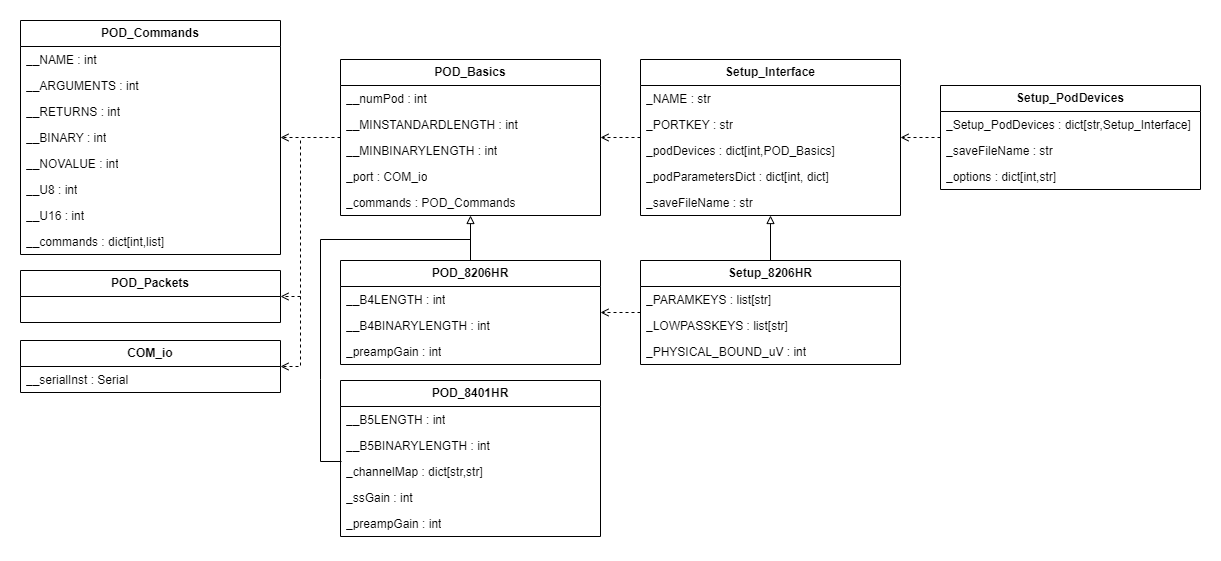
Before: Documents/UML-class-diagram.png, a diagram exported from draw.io (Pinnacle-Technology-Inc/Morelia). Source tidied: cells renumbered, new cells last; positions are measured from the earlier drawing's top-left corner, leaving out a move shared by most shapes.
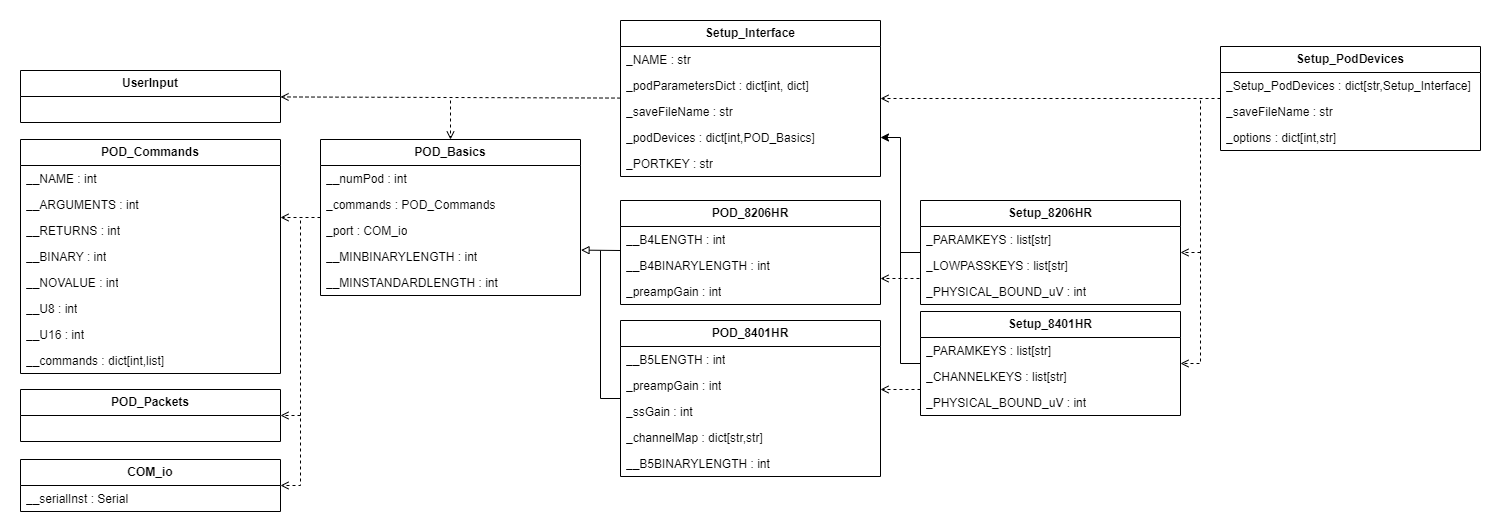
After the change.

The edit, as a diff of the source:
```diff
@@ -3,28 +3,28 @@
     <mxCell id="0" />
     <mxCell id="1" parent="0" />
     <mxCell id="2" style="rounded=0;whiteSpace=wrap;html=1;strokeColor=#FFFFFF;" parent="1" vertex="1">
-      <mxGeometry width="1220" height="560" as="geometry" />
+      <mxGeometry y="130" width="1500" height="530" as="geometry" />
     </mxCell>
     <mxCell id="3" value="POD_Basics" style="swimlane;fontStyle=1;horizontal=1;startSize=26;fillColor=none;whiteSpace=wrap;html=1;" parent="1" vertex="1">
-      <mxGeometry x="340" y="59" width="260" height="156" as="geometry" />
+      <mxGeometry x="320" y="269" width="260" height="156" as="geometry" />
     </mxCell>
     <mxCell id="4" value="__numPod : int" style="text;strokeColor=none;fillColor=none;align=left;verticalAlign=top;spacingLeft=4;spacingRight=4;overflow=hidden;whiteSpace=wrap;html=1;" parent="3" vertex="1">
       <mxGeometry y="26" width="260" height="26" as="geometry" />
     </mxCell>
+    <mxCell id="8" value="_commands : POD_Commands" style="text;strokeColor=none;fillColor=none;align=left;verticalAlign=top;spacingLeft=4;spacingRight=4;overflow=hidden;whiteSpace=wrap;html=1;" parent="3" vertex="1">
+      <mxGeometry y="52" width="260" height="26" as="geometry" />
+    </mxCell>
+    <mxCell id="7" value="_port : COM_io" style="text;strokeColor=none;fillColor=none;align=left;verticalAlign=top;spacingLeft=4;spacingRight=4;overflow=hidden;whiteSpace=wrap;html=1;" parent="3" vertex="1">
+      <mxGeometry y="78" width="260" height="26" as="geometry" />
+    </mxCell>
+    <mxCell id="6" value="__MINBINARYLENGTH : int" style="text;strokeColor=none;fillColor=none;align=left;verticalAlign=top;spacingLeft=4;spacingRight=4;overflow=hidden;whiteSpace=wrap;html=1;" parent="3" vertex="1">
+      <mxGeometry y="104" width="260" height="26" as="geometry" />
+    </mxCell>
     <mxCell id="5" value="__MINSTANDARDLENGTH : int" style="text;strokeColor=none;fillColor=none;align=left;verticalAlign=top;spacingLeft=4;spacingRight=4;overflow=hidden;whiteSpace=wrap;html=1;" parent="3" vertex="1">
-      <mxGeometry y="52" width="260" height="26" as="geometry" />
+      <mxGeometry y="130" width="260" height="26" as="geometry" />
     </mxCell>
-    <mxCell id="6" value="__MINBINARYLENGTH : int" style="text;strokeColor=none;fillColor=none;align=left;verticalAlign=top;spacingLeft=4;spacingRight=4;overflow=hidden;whiteSpace=wrap;html=1;" parent="3" vertex="1">
-      <mxGeometry y="78" width="260" height="26" as="geometry" />
-    </mxCell>
-    <mxCell id="7" value="_port : COM_io" style="text;strokeColor=none;fillColor=none;align=left;verticalAlign=top;spacingLeft=4;spacingRight=4;overflow=hidden;whiteSpace=wrap;html=1;" parent="3" vertex="1">
-      <mxGeometry y="104" width="260" height="26" as="geometry" />
-    </mxCell>
-    <mxCell id="8" value="_commands : POD_Commands" style="text;strokeColor=none;fillColor=none;align=left;verticalAlign=top;spacingLeft=4;spacingRight=4;overflow=hidden;whiteSpace=wrap;html=1;" parent="3" vertex="1">
-      <mxGeometry y="130" width="260" height="26" as="geometry" />
-    </mxCell>
     <mxCell id="9" value="&lt;b&gt;POD_Commands&lt;/b&gt;" style="swimlane;fontStyle=0;horizontal=1;startSize=26;fillColor=none;whiteSpace=wrap;html=1;" parent="1" vertex="1">
-      <mxGeometry x="20" y="20" width="260" height="234" as="geometry" />
+      <mxGeometry x="20" y="269" width="260" height="234" as="geometry" />
     </mxCell>
     <mxCell id="10" value="__NAME : int" style="text;strokeColor=none;fillColor=none;align=left;verticalAlign=top;spacingLeft=4;spacingRight=4;overflow=hidden;whiteSpace=wrap;html=1;" parent="9" vertex="1">
       <mxGeometry y="26" width="260" height="26" as="geometry" />
@@ -51,34 +51,34 @@
       <mxGeometry y="208" width="260" height="26" as="geometry" />
     </mxCell>
     <mxCell id="18" value="&lt;b&gt;POD_8401HR&lt;/b&gt;" style="swimlane;fontStyle=0;horizontal=1;startSize=26;fillColor=none;whiteSpace=wrap;html=1;" parent="1" vertex="1">
-      <mxGeometry x="340" y="380" width="260" height="156" as="geometry" />
+      <mxGeometry x="620" y="450" width="260" height="156" as="geometry" />
     </mxCell>
     <mxCell id="19" value="__B5LENGTH : int" style="text;strokeColor=none;fillColor=none;align=left;verticalAlign=top;spacingLeft=4;spacingRight=4;overflow=hidden;whiteSpace=wrap;html=1;shadow=1;" parent="18" vertex="1">
       <mxGeometry y="26" width="260" height="26" as="geometry" />
     </mxCell>
+    <mxCell id="23" value="_preampGain : int" style="text;strokeColor=none;fillColor=none;align=left;verticalAlign=top;spacingLeft=4;spacingRight=4;overflow=hidden;whiteSpace=wrap;html=1;" parent="18" vertex="1">
+      <mxGeometry y="52" width="260" height="26" as="geometry" />
+    </mxCell>
+    <mxCell id="22" value="_ssGain : int" style="text;strokeColor=none;fillColor=none;align=left;verticalAlign=top;spacingLeft=4;spacingRight=4;overflow=hidden;whiteSpace=wrap;html=1;" parent="18" vertex="1">
+      <mxGeometry y="78" width="260" height="26" as="geometry" />
+    </mxCell>
+    <mxCell id="21" value="_channelMap : dict[str,str]" style="text;strokeColor=none;fillColor=none;align=left;verticalAlign=top;spacingLeft=4;spacingRight=4;overflow=hidden;whiteSpace=wrap;html=1;" parent="18" vertex="1">
+      <mxGeometry y="104" width="260" height="26" as="geometry" />
+    </mxCell>
     <mxCell id="20" value="__B5BINARYLENGTH : int" style="text;strokeColor=none;fillColor=none;align=left;verticalAlign=top;spacingLeft=4;spacingRight=4;overflow=hidden;points=[[0,0.5],[1,0.5]];portConstraint=eastwest;whiteSpace=wrap;html=1;" parent="18" vertex="1">
-      <mxGeometry y="52" width="260" height="26" as="geometry" />
+      <mxGeometry y="130" width="260" height="26" as="geometry" />
     </mxCell>
-    <mxCell id="21" value="_channelMap : dict[str,str]" style="text;strokeColor=none;fillColor=none;align=left;verticalAlign=top;spacingLeft=4;spacingRight=4;overflow=hidden;whiteSpace=wrap;html=1;" parent="18" vertex="1">
-      <mxGeometry y="78" width="260" height="26" as="geometry" />
-    </mxCell>
-    <mxCell id="22" value="_ssGain : int" style="text;strokeColor=none;fillColor=none;align=left;verticalAlign=top;spacingLeft=4;spacingRight=4;overflow=hidden;whiteSpace=wrap;html=1;" parent="18" vertex="1">
-      <mxGeometry y="104" width="260" height="26" as="geometry" />
-    </mxCell>
-    <mxCell id="23" value="_preampGain : int" style="text;strokeColor=none;fillColor=none;align=left;verticalAlign=top;spacingLeft=4;spacingRight=4;overflow=hidden;whiteSpace=wrap;html=1;" parent="18" vertex="1">
-      <mxGeometry y="130" width="260" height="26" as="geometry" />
-    </mxCell>
     <mxCell id="24" value="&lt;b&gt;POD_Packets&lt;/b&gt;" style="swimlane;fontStyle=0;horizontal=1;startSize=26;fillColor=none;whiteSpace=wrap;html=1;" parent="1" vertex="1">
-      <mxGeometry x="20" y="270" width="260" height="52" as="geometry" />
+      <mxGeometry x="20" y="519" width="260" height="52" as="geometry" />
     </mxCell>
     <mxCell id="25" value="&lt;b&gt;COM_io&lt;/b&gt;" style="swimlane;fontStyle=0;horizontal=1;startSize=26;fillColor=none;whiteSpace=wrap;html=1;" parent="1" vertex="1">
-      <mxGeometry x="20" y="340" width="260" height="52" as="geometry" />
+      <mxGeometry x="20" y="589" width="260" height="52" as="geometry" />
     </mxCell>
     <mxCell id="26" value="__serialInst :&amp;nbsp;Serial" style="text;strokeColor=none;fillColor=none;align=left;verticalAlign=top;spacingLeft=4;spacingRight=4;overflow=hidden;whiteSpace=wrap;html=1;shadow=1;" parent="25" vertex="1">
       <mxGeometry y="26" width="260" height="26" as="geometry" />
     </mxCell>
     <mxCell id="27" value="Setup_8206HR" style="swimlane;fontStyle=1;horizontal=1;startSize=26;fillColor=none;whiteSpace=wrap;html=1;" parent="1" vertex="1">
-      <mxGeometry x="640" y="260" width="260" height="104" as="geometry" />
+      <mxGeometry x="920" y="330" width="260" height="104" as="geometry" />
     </mxCell>
     <mxCell id="28" value="_PARAMKEYS : list[str]" style="text;strokeColor=none;fillColor=none;align=left;verticalAlign=top;spacingLeft=4;spacingRight=4;overflow=hidden;whiteSpace=wrap;html=1;shadow=1;" parent="27" vertex="1">
       <mxGeometry y="26" width="260" height="26" as="geometry" />
@@ -90,7 +90,7 @@
       <mxGeometry y="78" width="260" height="26" as="geometry" />
     </mxCell>
     <mxCell id="31" value="Setup_PodDevices" style="swimlane;fontStyle=1;horizontal=1;startSize=26;fillColor=none;whiteSpace=wrap;html=1;" parent="1" vertex="1">
-      <mxGeometry x="940" y="85" width="260" height="104" as="geometry" />
+      <mxGeometry x="1220" y="176" width="260" height="104" as="geometry" />
     </mxCell>
     <mxCell id="32" value="_Setup_PodDevices : dict[str,Setup_Interface&lt;span style=&quot;background-color: initial;&quot;&gt;]&amp;nbsp;&lt;/span&gt;" style="text;strokeColor=none;fillColor=none;align=left;verticalAlign=top;spacingLeft=4;spacingRight=4;overflow=hidden;whiteSpace=wrap;html=1;shadow=1;" parent="31" vertex="1">
       <mxGeometry y="26" width="260" height="26" as="geometry" />
@@ -102,53 +102,39 @@
       <mxGeometry y="78" width="260" height="26" as="geometry" />
     </mxCell>
     <mxCell id="35" value="Setup_Interface" style="swimlane;fontStyle=1;horizontal=1;startSize=26;fillColor=none;whiteSpace=wrap;html=1;" parent="1" vertex="1">
-      <mxGeometry x="640" y="59" width="260" height="156" as="geometry" />
+      <mxGeometry x="620" y="150" width="260" height="156" as="geometry" />
     </mxCell>
     <mxCell id="36" value="_NAME : str" style="text;strokeColor=none;fillColor=none;align=left;verticalAlign=top;spacingLeft=4;spacingRight=4;overflow=hidden;whiteSpace=wrap;html=1;shadow=1;" parent="35" vertex="1">
       <mxGeometry y="26" width="260" height="26" as="geometry" />
     </mxCell>
-    <mxCell id="37" value="_PORTKEY : str" style="text;strokeColor=none;fillColor=none;align=left;verticalAlign=top;spacingLeft=4;spacingRight=4;overflow=hidden;whiteSpace=wrap;html=1;shadow=1;" parent="35" vertex="1">
-      <mxGeometry y="52" width="260" height="26" as="geometry" />
-    </mxCell>
-    <mxCell id="38" value="_podDevices : dict[int,POD_Basics]" style="text;strokeColor=none;fillColor=none;align=left;verticalAlign=top;spacingLeft=4;spacingRight=4;overflow=hidden;points=[[0,0.5],[1,0.5]];portConstraint=eastwest;whiteSpace=wrap;html=1;" parent="35" vertex="1">
-      <mxGeometry y="78" width="260" height="26" as="geometry" />
-    </mxCell>
     <mxCell id="39" value="_podParametersDict : dict[int, dict]" style="text;strokeColor=none;fillColor=none;align=left;verticalAlign=top;spacingLeft=4;spacingRight=4;overflow=hidden;whiteSpace=wrap;html=1;" parent="35" vertex="1">
-      <mxGeometry y="104" width="260" height="26" as="geometry" />
+      <mxGeometry y="52" width="260" height="26" as="geometry" />
     </mxCell>
     <mxCell id="40" value="_saveFileName : str" style="text;strokeColor=none;fillColor=none;align=left;verticalAlign=top;spacingLeft=4;spacingRight=4;overflow=hidden;whiteSpace=wrap;html=1;" parent="35" vertex="1">
-      <mxGeometry y="130" width="260" height="26" as="geometry" />
+      <mxGeometry y="78" width="260" height="26" as="geometry" />
     </mxCell>
-    <mxCell id="41" style="endArrow=block;html=1;rounded=0;endFill=0;" parent="1" edge="1" source="27" target="35">
-      <mxGeometry relative="1" as="geometry" />
-    </mxCell>
+    <mxCell id="38" value="_podDevices : dict[int,POD_Basics]" style="text;strokeColor=none;fillColor=none;align=left;verticalAlign=top;spacingLeft=4;spacingRight=4;overflow=hidden;points=[[0,0.5],[1,0.5]];portConstraint=eastwest;whiteSpace=wrap;html=1;" parent="35" vertex="1">
+      <mxGeometry y="104" width="260" height="26" as="geometry" />
+    </mxCell>
+    <mxCell id="37" value="_PORTKEY : str" style="text;strokeColor=none;fillColor=none;align=left;verticalAlign=top;spacingLeft=4;spacingRight=4;overflow=hidden;whiteSpace=wrap;html=1;shadow=1;" parent="35" vertex="1">
+      <mxGeometry y="130" width="260" height="26" as="geometry" />
+    </mxCell>
     <mxCell id="42" style="endArrow=open;html=1;rounded=0;dashed=1;endFill=0;" parent="1" edge="1" source="31" target="35">
       <mxGeometry relative="1" as="geometry" />
     </mxCell>
-    <mxCell id="43" style="endArrow=block;html=1;rounded=0;endFill=0;exitX=0.5;exitY=0;exitDx=0;exitDy=0;" parent="1" edge="1" source="48" target="3">
-      <mxGeometry relative="1" as="geometry" />
+    <mxCell id="43" style="endArrow=block;html=1;rounded=0;endFill=0;exitX=0;exitY=0.5;exitDx=0;exitDy=0;entryX=1.002;entryY=0.331;entryDx=0;entryDy=0;entryPerimeter=0;" parent="1" edge="1">
+      <mxGeometry relative="1" as="geometry">
+        <mxPoint x="620" y="380" as="sourcePoint" />
+        <mxPoint x="580.5" y="379.6" as="targetPoint" />
+      </mxGeometry>
     </mxCell>
-    <mxCell id="44" style="endArrow=open;html=1;rounded=0;dashed=1;endFill=0;" parent="1" edge="1" source="35" target="3">
-      <mxGeometry relative="1" as="geometry" />
-    </mxCell>
-    <mxCell id="45" style="endArrow=open;html=1;rounded=0;dashed=1;endFill=0;" parent="1" edge="1" source="27" target="48">
-      <mxGeometry relative="1" as="geometry" />
-    </mxCell>
-    <mxCell id="46" style="endArrow=open;html=1;rounded=0;dashed=1;endFill=0;" parent="1" edge="1" source="3" target="9">
-      <mxGeometry relative="1" as="geometry" />
+    <mxCell id="46" style="endArrow=open;html=1;rounded=0;dashed=1;endFill=0;exitX=0;exitY=0.5;exitDx=0;exitDy=0;" parent="1" edge="1" source="3">
+      <mxGeometry relative="1" as="geometry">
+        <mxPoint x="280" y="347" as="targetPoint" />
+      </mxGeometry>
     </mxCell>
-    <mxCell id="47" style="endArrow=none;html=1;rounded=0;endFill=0;exitX=0.004;exitY=1.115;exitDx=0;exitDy=0;exitPerimeter=0;" parent="1" edge="1" source="20">
-      <mxGeometry relative="1" as="geometry">
-        <mxPoint x="470" y="239" as="targetPoint" />
-        <Array as="points">
-          <mxPoint x="320" y="461" />
-          <mxPoint x="320" y="379" />
-          <mxPoint x="320" y="239" />
-        </Array>
-      </mxGeometry>
-    </mxCell>
     <mxCell id="48" value="POD_8206HR" style="swimlane;fontStyle=1;horizontal=1;startSize=26;fillColor=none;whiteSpace=wrap;html=1;" parent="1" vertex="1">
-      <mxGeometry x="340" y="260" width="260" height="104" as="geometry" />
+      <mxGeometry x="620" y="330" width="260" height="104" as="geometry" />
     </mxCell>
     <mxCell id="49" value="__B4LENGTH : int" style="text;strokeColor=none;fillColor=none;align=left;verticalAlign=top;spacingLeft=4;spacingRight=4;overflow=hidden;whiteSpace=wrap;html=1;shadow=1;" parent="48" vertex="1">
       <mxGeometry y="26" width="260" height="26" as="geometry" />
@@ -159,18 +145,83 @@
     <mxCell id="51" value="_preampGain : int" style="text;strokeColor=none;fillColor=none;align=left;verticalAlign=top;spacingLeft=4;spacingRight=4;overflow=hidden;whiteSpace=wrap;html=1;" parent="48" vertex="1">
       <mxGeometry y="78" width="260" height="26" as="geometry" />
     </mxCell>
-    <mxCell id="52" style="endArrow=open;html=1;rounded=0;dashed=1;endFill=0;entryX=1;entryY=0.5;entryDx=0;entryDy=0;" parent="1" edge="1" target="25">
-      <mxGeometry relative="1" as="geometry">
-        <mxPoint x="300" y="140" as="sourcePoint" />
-        <Array as="points">
-          <mxPoint x="300" y="366" />
-        </Array>
-      </mxGeometry>
-    </mxCell>
     <mxCell id="53" style="endArrow=open;html=1;rounded=0;dashed=1;endFill=0;entryX=1;entryY=0.5;entryDx=0;entryDy=0;" parent="1" edge="1" target="24">
       <mxGeometry relative="1" as="geometry">
-        <mxPoint x="300" y="296" as="sourcePoint" />
+        <mxPoint x="300" y="545" as="sourcePoint" />
       </mxGeometry>
     </mxCell>
+    <mxCell id="54" value="UserInput&lt;span style=&quot;color: rgb(230, 237, 243); font-family: ui-monospace, SFMono-Regular, &amp;quot;SF Mono&amp;quot;, Menlo, Consolas, &amp;quot;Liberation Mono&amp;quot;, monospace; font-weight: 400; text-align: start; background-color: rgba(46, 160, 67, 0.15);&quot;&gt; &lt;/span&gt;" style="swimlane;fontStyle=1;horizontal=1;startSize=26;fillColor=none;whiteSpace=wrap;html=1;" parent="1" vertex="1">
+      <mxGeometry x="20" y="200" width="260" height="52" as="geometry" />
+    </mxCell>
+    <mxCell id="55" value="Setup_8401HR" style="swimlane;fontStyle=1;horizontal=1;startSize=26;fillColor=none;whiteSpace=wrap;html=1;" parent="1" vertex="1">
+      <mxGeometry x="920" y="441" width="260" height="104" as="geometry" />
+    </mxCell>
+    <mxCell id="56" value="_PARAMKEYS : list[str]" style="text;strokeColor=none;fillColor=none;align=left;verticalAlign=top;spacingLeft=4;spacingRight=4;overflow=hidden;whiteSpace=wrap;html=1;shadow=1;" parent="55" vertex="1">
+      <mxGeometry y="26" width="260" height="26" as="geometry" />
+    </mxCell>
+    <mxCell id="57" value="_CHANNELKEYS : list[str]" style="text;strokeColor=none;fillColor=none;align=left;verticalAlign=top;spacingLeft=4;spacingRight=4;overflow=hidden;whiteSpace=wrap;html=1;" parent="55" vertex="1">
+      <mxGeometry y="52" width="260" height="26" as="geometry" />
+    </mxCell>
+    <mxCell id="58" value="_PHYSICAL_BOUND_uV : int" style="text;strokeColor=none;fillColor=none;align=left;verticalAlign=top;spacingLeft=4;spacingRight=4;overflow=hidden;whiteSpace=wrap;html=1;" parent="55" vertex="1">
+      <mxGeometry y="78" width="260" height="26" as="geometry" />
+    </mxCell>
+    <mxCell id="59" style="endArrow=open;html=1;rounded=0;dashed=1;endFill=0;exitX=0;exitY=0.75;exitDx=0;exitDy=0;" parent="1" edge="1" source="55">
+      <mxGeometry relative="1" as="geometry">
+        <mxPoint x="880" y="519" as="targetPoint" />
+      </mxGeometry>
+    </mxCell>
+    <mxCell id="60" style="endArrow=open;html=1;rounded=0;dashed=1;endFill=0;entryX=1;entryY=0.5;entryDx=0;entryDy=0;" parent="1" edge="1" target="25">
+      <mxGeometry relative="1" as="geometry">
+        <mxPoint x="300" y="350" as="sourcePoint" />
+        <Array as="points">
+          <mxPoint x="300" y="615" />
+        </Array>
+      </mxGeometry>
+    </mxCell>
+    <mxCell id="61" style="endArrow=open;html=1;rounded=0;dashed=1;endFill=0;" parent="1" edge="1" source="35" target="54">
+      <mxGeometry relative="1" as="geometry" />
+    </mxCell>
+    <mxCell id="62" style="endArrow=none;html=1;rounded=0;entryX=0;entryY=0.5;entryDx=0;entryDy=0;" parent="1" edge="1" target="18">
+      <mxGeometry relative="1" as="geometry">
+        <mxPoint x="600" y="380" as="sourcePoint" />
+        <Array as="points">
+          <mxPoint x="600" y="528" />
+        </Array>
+      </mxGeometry>
+    </mxCell>
+    <mxCell id="63" style="endArrow=open;html=1;rounded=0;dashed=1;endFill=0;entryX=1;entryY=0.5;entryDx=0;entryDy=0;" parent="1" edge="1" target="27">
+      <mxGeometry relative="1" as="geometry">
+        <mxPoint x="1200" y="382" as="sourcePoint" />
+      </mxGeometry>
+    </mxCell>
+    <mxCell id="64" style="endArrow=open;html=1;rounded=0;dashed=1;endFill=0;entryX=1;entryY=0.5;entryDx=0;entryDy=0;" parent="1" edge="1" target="55">
+      <mxGeometry relative="1" as="geometry">
+        <mxPoint x="1200" y="230" as="sourcePoint" />
+        <Array as="points">
+          <mxPoint x="1200" y="493" />
+        </Array>
+      </mxGeometry>
+    </mxCell>
+    <mxCell id="65" style="endArrow=classic;html=1;rounded=0;exitX=0;exitY=0.5;exitDx=0;exitDy=0;entryX=1;entryY=0.5;entryDx=0;entryDy=0;" parent="1" edge="1" source="55" target="38">
+      <mxGeometry relative="1" as="geometry">
+        <Array as="points">
+          <mxPoint x="900" y="493" />
+          <mxPoint x="900" y="267" />
+        </Array>
+      </mxGeometry>
+    </mxCell>
+    <mxCell id="66" style="endArrow=open;html=1;rounded=0;dashed=1;endFill=0;exitX=-0.004;exitY=1;exitDx=0;exitDy=0;entryX=1;entryY=0.75;entryDx=0;entryDy=0;exitPerimeter=0;" parent="1" edge="1" source="29" target="48">
+      <mxGeometry relative="1" as="geometry" />
+    </mxCell>
+    <mxCell id="67" style="endArrow=none;html=1;rounded=0;entryX=0;entryY=0.5;entryDx=0;entryDy=0;" parent="1" edge="1" target="27">
+      <mxGeometry relative="1" as="geometry">
+        <mxPoint x="900" y="382" as="sourcePoint" />
+      </mxGeometry>
+    </mxCell>
+    <mxCell id="68" style="endArrow=open;html=1;rounded=0;dashed=1;endFill=0;entryX=0.5;entryY=0;entryDx=0;entryDy=0;" parent="1" edge="1" target="3">
+      <mxGeometry relative="1" as="geometry">
+        <mxPoint x="450" y="230" as="sourcePoint" />
+      </mxGeometry>
+    </mxCell>
   </root>
 </mxGraphModel>
```
